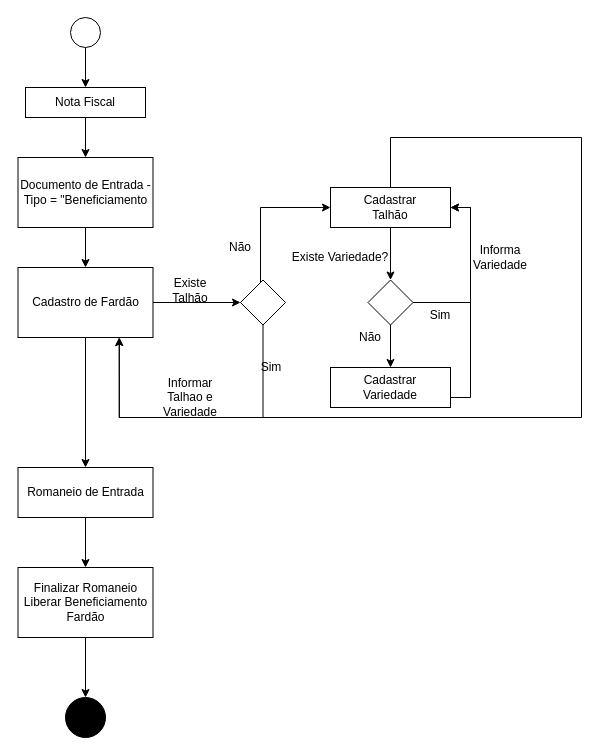
Above: algodao.drawio in oriovaldof/diagrams-producion (draw.io), before the change. Source tidied: cells renumbered, new cells numbered last; positions are measured from the earlier drawing's top-left corner, leaving out a move shared by most shapes. Both pictures are drawn from the tidied source at 100%, with x=0, y=0 at pixel (17, 17).
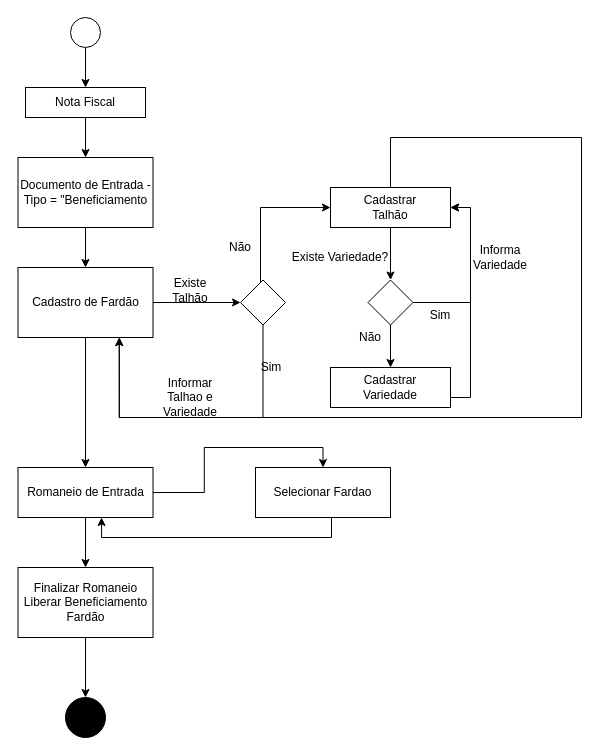
After the change.

Unchanged cells that the change refers to:
```xml
<mxCell id="31" value="Romaneio de Entrada" style="rounded=0;whiteSpace=wrap;html=1;" parent="1" vertex="1">
  <mxGeometry x="0.5" y="450" width="135" height="50" as="geometry" />
</mxCell>
```

The edit, as a diff of the source:
```diff
@@
+    <mxCell id="35" style="edgeStyle=orthogonalEdgeStyle;rounded=0;jettySize=auto;html=1;entryX=0.5;entryY=0;entryDx=0;entryDy=0;" parent="1" edge="1" source="31" target="37">
+      <mxGeometry relative="1" as="geometry" />
+    </mxCell>
@@
+    <mxCell id="36" style="edgeStyle=orthogonalEdgeStyle;rounded=0;jettySize=auto;html=1;entryX=0.619;entryY=1;entryDx=0;entryDy=0;entryPerimeter=0;" parent="1" edge="1" source="37" target="31">
+      <mxGeometry relative="1" as="geometry">
+        <Array as="points">
+          <mxPoint x="314" y="520" />
+          <mxPoint x="84" y="520" />
+        </Array>
+      </mxGeometry>
+    </mxCell>
+    <mxCell id="37" value="Selecionar Fardao" style="rounded=0;whiteSpace=wrap;html=1;" parent="1" vertex="1">
+      <mxGeometry x="238" y="450" width="135" height="50" as="geometry" />
+    </mxCell>
```
